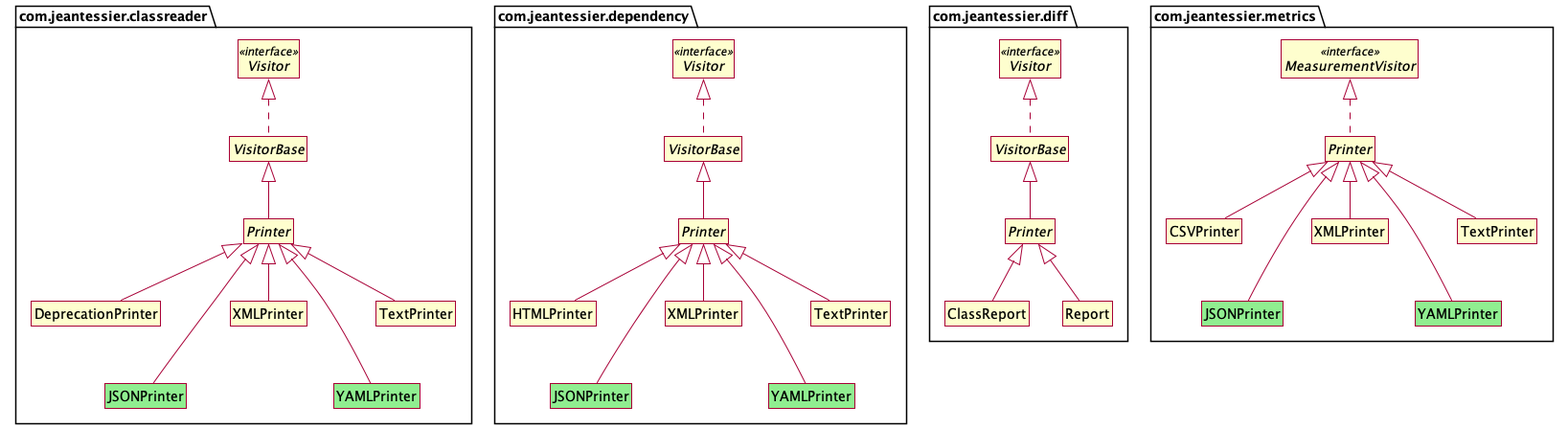
This is images/Printer_JSON_YAML.png from jeantessier/dependency-finder, a PlantUML export, as it was before one commit.
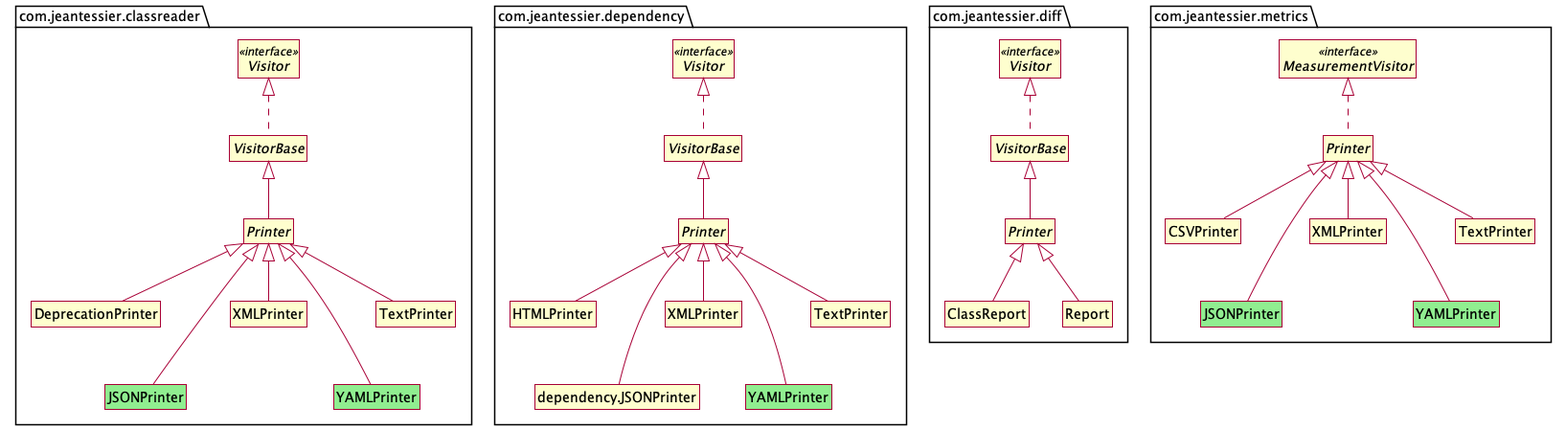
Later version of the same file.

The edit, as a diff of the source:
```diff
@@ -2,107 +2,110 @@
 
 skin rose
 skinparam style strictuml
+skinparam backgroundColor transparent
+
+set separator none
 hide empty members
 
-namespace com.jeantessier.classreader {
+package com.jeantessier.classreader {
 
-    interface Visitor <<interface>>
+    interface classreader.Visitor as "Visitor" <<interface>>
 
-    abstract class VisitorBase
-    Visitor <|.. VisitorBase
+    abstract class classreader.VisitorBase as "VisitorBase"
+    classreader.Visitor <|.. classreader.VisitorBase
 
-    abstract class Printer
-    VisitorBase <|-- Printer
+    abstract class classreader.Printer as "Printer"
+    classreader.VisitorBase <|-- classreader.Printer
 
-    class DeprecationPrinter
-    Printer <|-- DeprecationPrinter
+    class classreader.DeprecationPrinter as "DeprecationPrinter"
+    classreader.Printer <|-- classreader.DeprecationPrinter
 
-    class TextPrinter
-    Printer <|-- TextPrinter
+    class classreader.TextPrinter as "TextPrinter"
+    classreader.Printer <|-- classreader.TextPrinter
 
-    class XMLPrinter
-    Printer <|-- XMLPrinter
+    class classreader.XMLPrinter as "XMLPrinter"
+    classreader.Printer <|-- classreader.XMLPrinter
 
-    class JSONPrinter #lightgreen
-    Printer <|-- JSONPrinter
-    DeprecationPrinter -[hidden]-> JSONPrinter
+    class classreader.JSONPrinter as "JSONPrinter" #lightgreen
+    classreader.Printer <|-- classreader.JSONPrinter
+    classreader.DeprecationPrinter -[hidden]-> classreader.JSONPrinter
 
-    class YAMLPrinter #lightgreen
-    Printer <|-- YAMLPrinter
-    TextPrinter -[hidden]-> YAMLPrinter
+    class classreader.YAMLPrinter as "YAMLPrinter" #lightgreen
+    classreader.Printer <|-- classreader.YAMLPrinter
+    classreader.TextPrinter -[hidden]-> classreader.YAMLPrinter
 
 }
 
-namespace com.jeantessier.dependency {
+package com.jeantessier.dependency {
 
-    interface Visitor <<interface>>
+    interface dependency.Visitor as "Visitor" <<interface>>
 
-    abstract class VisitorBase
-    Visitor <|.. VisitorBase
+    abstract class dependency.VisitorBase as "VisitorBase"
+    dependency.Visitor <|.. dependency.VisitorBase
 
-    abstract class Printer
-    VisitorBase <|-- Printer
+    abstract class dependency.Printer as "Printer"
+    dependency.VisitorBase <|-- dependency.Printer
 
-    class HTMLPrinter
-    Printer <|-- HTMLPrinter
+    class dependency.HTMLPrinter as "HTMLPrinter"
+    dependency.Printer <|-- dependency.HTMLPrinter
 
-    class TextPrinter
-    Printer <|-- TextPrinter
+    class dependency.TextPrinter as "TextPrinter"
+    dependency.Printer <|-- dependency.TextPrinter
 
-    class XMLPrinter
-    Printer <|-- XMLPrinter
+    class dependency.XMLPrinter as "XMLPrinter"
+    dependency.Printer <|-- dependency.XMLPrinter
 
-    class JSONPrinter #lightgreen
-    Printer <|-- JSONPrinter
-    HTMLPrinter -[hidden]-> JSONPrinter
+    class classreader.JSONPrinter as "JSONPrinter" as "JSONPrinter" #lightgreen
+    dependency.Printer <|-- dependency.JSONPrinter
+    dependency.HTMLPrinter -[hidden]-> dependency.JSONPrinter
 
-    class YAMLPrinter #lightgreen
-    Printer <|-- YAMLPrinter
-    TextPrinter -[hidden]-> YAMLPrinter
+    class dependency.YAMLPrinter as "YAMLPrinter" #lightgreen
+    dependency.Printer <|-- dependency.YAMLPrinter
+    dependency.TextPrinter -[hidden]-> dependency.YAMLPrinter
 
 }
 
-namespace com.jeantessier.diff {
+package com.jeantessier.diff {
 
-    interface Visitor <<interface>>
+    interface diff.Visitor as "Visitor" <<interface>>
 
-    abstract class VisitorBase
-    Visitor <|.. VisitorBase
+    abstract class diff.VisitorBase as "VisitorBase"
+    diff.Visitor <|.. diff.VisitorBase
 
-    abstract class Printer
-    VisitorBase <|-- Printer
+    abstract class diff.Printer as "Printer"
+    diff.VisitorBase <|-- diff.Printer
 
-    class ClassReport
-    Printer <|-- ClassReport
+    class diff.ClassReport as "ClassReport"
+    diff.Printer <|-- diff.ClassReport
 
-    class Report
-    Printer <|-- Report
+    class diff.Report as "Report"
+    diff.Printer <|-- diff.Report
 
 }
 
-namespace com.jeantessier.metrics {
+package com.jeantessier.metrics {
 
     interface MeasurementVisitor <<interface>>
 
-    abstract class Printer
-    MeasurementVisitor <|.. Printer
+    abstract class metrics.Printer as "Printer"
+    MeasurementVisitor <|.. metrics.Printer
 
-    class CSVPrinter
-    Printer <|-- CSVPrinter
+    class metrics.CSVPrinter as "CSVPrinter"
+    metrics.Printer <|-- metrics.CSVPrinter
 
-    class TextPrinter
-    Printer <|-- TextPrinter
+    class metrics.TextPrinter as "TextPrinter"
+    metrics.Printer <|-- metrics.TextPrinter
 
-    class XMLPrinter
-    Printer <|-- XMLPrinter
+    class metrics.XMLPrinter as "XMLPrinter"
+    metrics.Printer <|-- metrics.XMLPrinter
 
-    class JSONPrinter #lightgreen
-    Printer <|-- JSONPrinter
-    CSVPrinter -[hidden]-> JSONPrinter
+    class metrics.JSONPrinter as "JSONPrinter" #lightgreen
+    metrics.Printer <|-- metrics.JSONPrinter
+    metrics.CSVPrinter -[hidden]-> metrics.JSONPrinter
 
-    class YAMLPrinter #lightgreen
-    Printer <|-- YAMLPrinter
-    TextPrinter -[hidden]-> YAMLPrinter
+    class metrics.YAMLPrinter as "YAMLPrinter" #lightgreen
+    metrics.Printer <|-- metrics.YAMLPrinter
+    metrics.TextPrinter -[hidden]-> metrics.YAMLPrinter
 
 }
 
```
